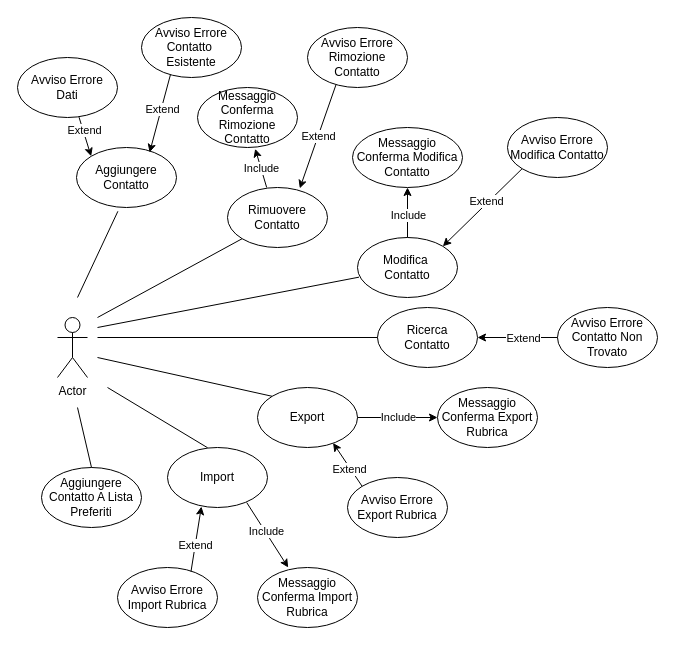
The draw.io diagram Casi d'uso/Diagramma_Casi_D'uso_Funzionalità.drawio in GeremiaRusso/ProjectSE_G25, before the edit. Source tidied: cells renumbered, new cells numbered last; positions are measured from the earlier drawing's top-left corner, leaving out a move shared by most shapes. Both pictures are drawn from the tidied source at 100%, with x=0, y=0 at pixel (17, 17).
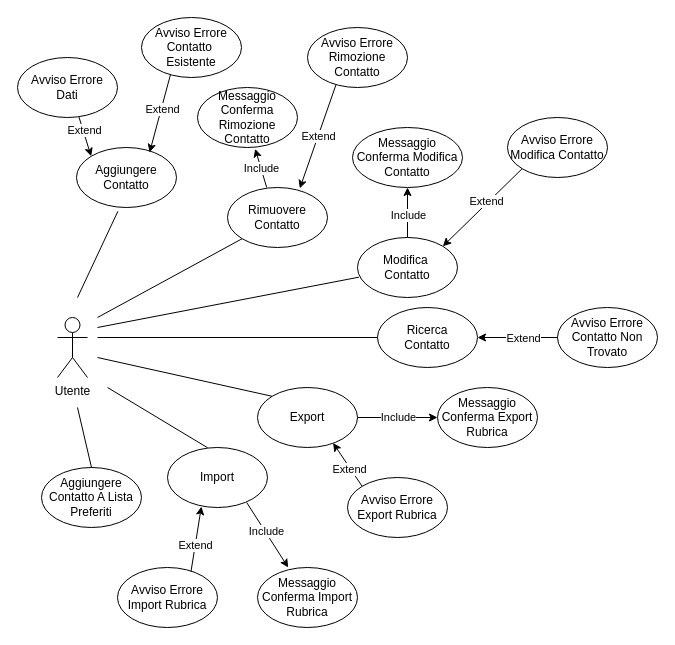
The same diagram, later.

Diff of the diagram source:
```diff
@@
-    <mxCell id="2" value="Actor" style="shape=umlActor;verticalLabelPosition=bottom;verticalAlign=top;html=1;" parent="1" vertex="1">
+    <mxCell id="2" value="Utente" style="shape=umlActor;verticalLabelPosition=bottom;verticalAlign=top;html=1;" parent="1" vertex="1">
       <mxGeometry x="40" y="300" width="30" height="60" as="geometry" />
     </mxCell>
```
